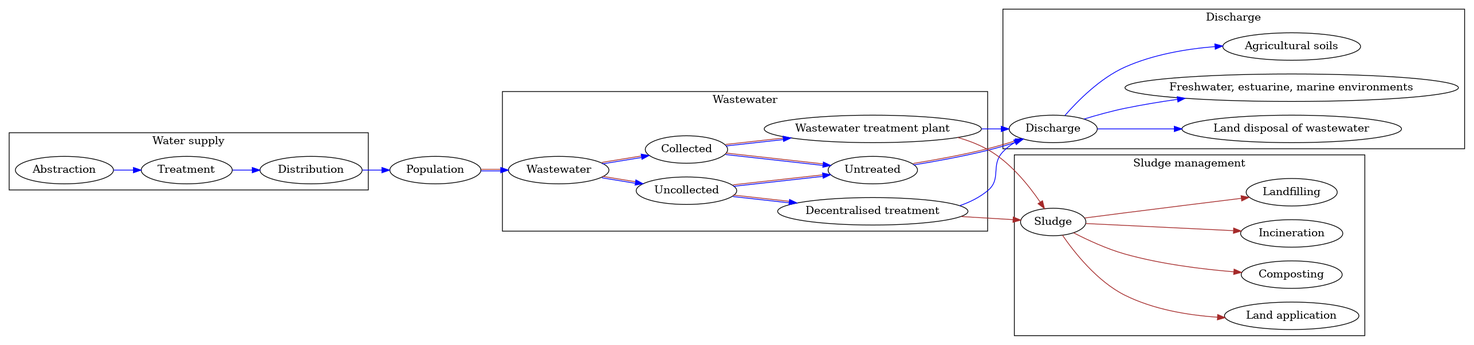
This is v3/frontend/diagram/map.gv.png from icra/ecam, a Graphviz export, as it was before one commit. Its source is kept beside it as v3/frontend/diagram/map.gv.
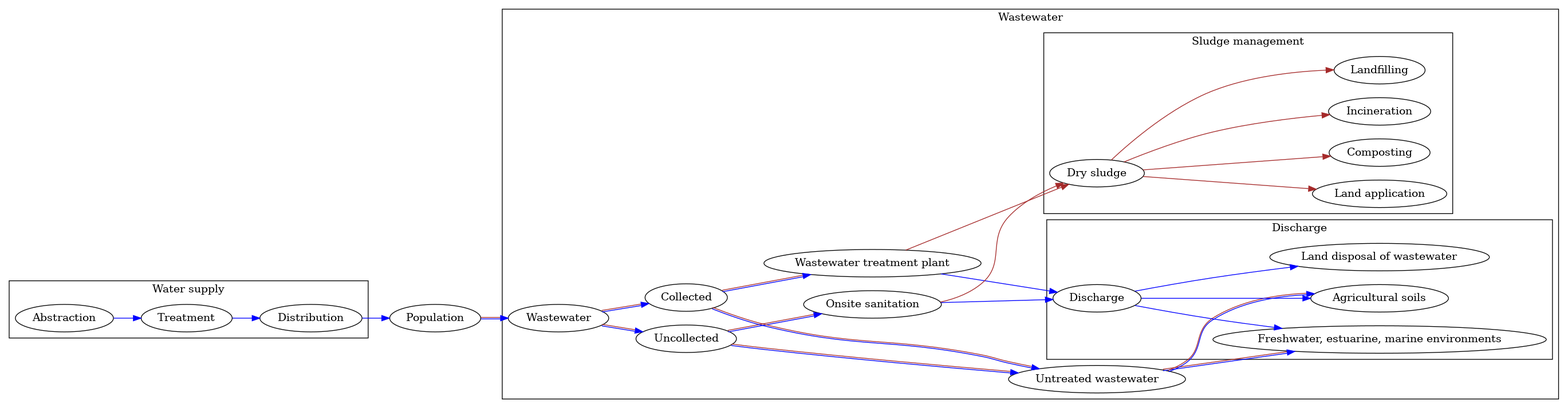
The same diagram one commit later.

The edit, as a diff of the source:
```diff
@@ -4,22 +4,22 @@
   wsa [label="Abstraction"]
   wst [label="Treatment"]
   wsd [label="Distribution"]
+  pop [label="Population"]
   ww  [label="Wastewater"]
   unc [label="Uncollected"]
   col [label="Collected"]
-  unt [label="Untreated"]
-  dct [label="Decentralised treatment"]
+  unt [label="Untreated wastewater"]
+  wwt [label="Wastewater treatment plant"]
+  ons [label="Onsite sanitation"]
+  dis [label="Discharge"]
   fsh [label="Freshwater, estuarine, marine environments"]
   agr [label="Agricultural soils"]
   ldw [label="Land disposal of wastewater"]
-  wwt [label="Wastewater treatment plant"]
-  dis [label="Discharge"]
-  slu [label="Sludge"]
+  slu [label="Dry sludge"]
   inc [label="Incineration"]
   laf [label="Landfilling"]
   lap [label="Land application"]
   com [label="Composting"]
-  pop [label="Population"]
 
   subgraph cluster_ws {
     label="Water supply"
@@ -31,24 +31,23 @@
 
   subgraph cluster_ww{
     label="Wastewater"
+    ww  -> {col unc} [color="blue:brown"]
+    col -> {unt wwt} [color="blue:brown"]
+    unc -> {unt ons} [color="blue:brown"]
 
-    ww  -> {unc col} [color="blue:brown"]
-    unc -> {dct unt} [color="blue:brown"]
-    col -> {unt wwt} [color="blue:brown"]
-  }
+    unt -> {fsh agr} [color="blue:brown"]
+    wwt -> dis [color="blue"]
+    ons -> dis [color="blue"]
+    {wwt ons} -> slu [color="brown"]
 
-  subgraph cluster_dis {
-    label="Discharge"
+    subgraph cluster_dis {
+      label="Discharge"
+      dis -> {fsh agr ldw} [color="blue"]
+    }
 
-    unt       -> dis           [color="blue:brown"]
-    {wwt dct} -> dis           [color="blue"]
-    dis       -> {fsh agr ldw} [color="blue"]
-  }
-
-  subgraph cluster_sm{
-    label="Sludge management"
-
-    {wwt dct} -> slu               [color="brown"]
-    slu       -> {inc laf lap com} [color="brown"]
+    subgraph cluster_sm{
+      label="Sludge management"
+      slu -> {inc laf lap com} [color="brown"]
+    }
   }
 }
```
